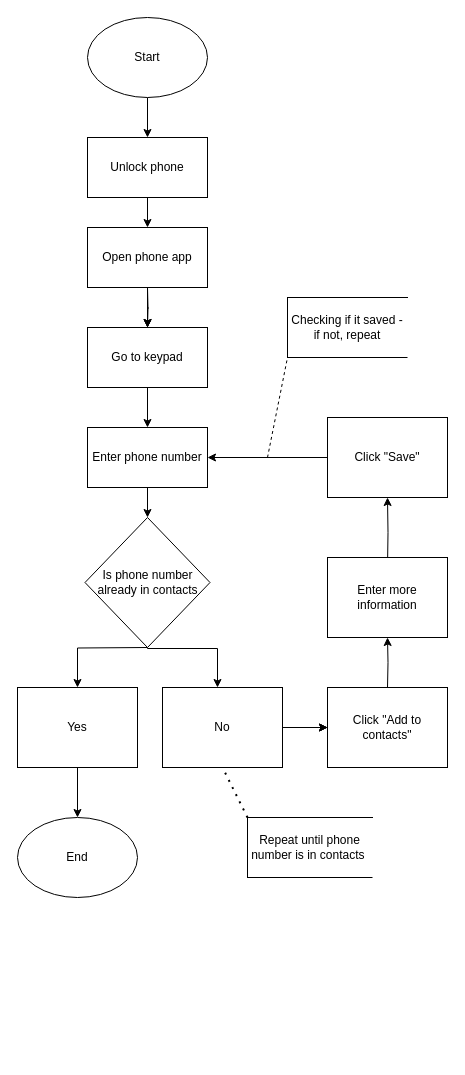
Before: 2.1 Flowchart.drawio in Captain-Shady-Air/Flowcharts, a draw.io diagram. Source tidied: cells renumbered, new cells numbered last; positions are measured from the earlier drawing's top-left corner, leaving out a move shared by most shapes. Both pictures are drawn from the tidied source at 100%, with x=0, y=0 at pixel (17, 17).
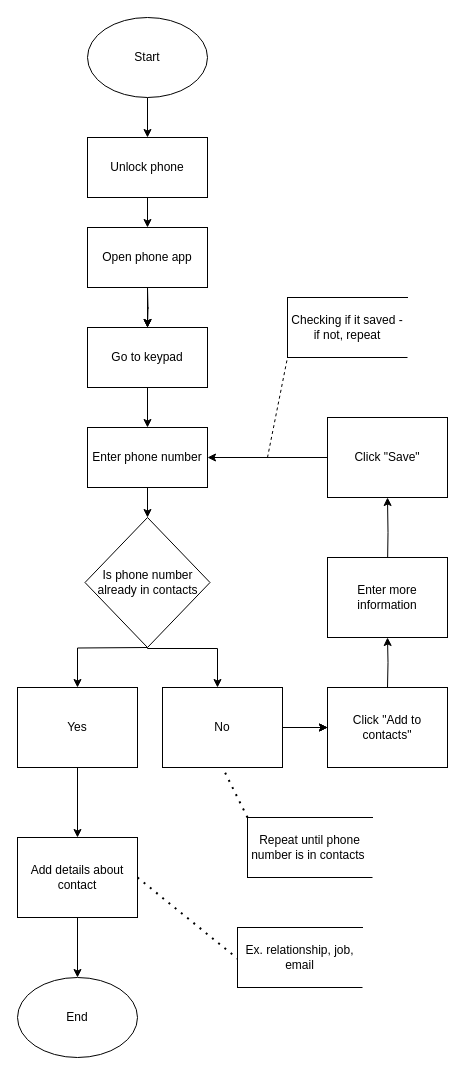
The same page after the edit.

Unchanged cells that the change refers to:
```xml
<mxCell id="8" value="Yes" style="whiteSpace=wrap;html=1;rounded=0;" parent="1" vertex="1">
  <mxGeometry y="670" width="120" height="80" as="geometry" />
</mxCell>
```

Diff of the diagram source:
```diff
@@
-    <mxCell id="7" style="edgeStyle=orthogonalEdgeStyle;rounded=0;jettySize=auto;html=1;entryX=0.5;entryY=0;entryDx=0;entryDy=0;" parent="1" edge="1" source="8" target="30">
-      <mxGeometry relative="1" as="geometry" />
-    </mxCell>
+    <mxCell id="37" style="edgeStyle=orthogonalEdgeStyle;rounded=0;jettySize=auto;html=1;" parent="1" edge="1" source="8" target="39">
+      <mxGeometry relative="1" as="geometry" />
+    </mxCell>
@@
     <mxCell id="30" value="End" style="ellipse;whiteSpace=wrap;html=1;" parent="1" vertex="1">
-      <mxGeometry y="800" width="120" height="80" as="geometry" />
+      <mxGeometry y="960" width="120" height="80" as="geometry" />
     </mxCell>
@@
+    <mxCell id="38" style="edgeStyle=orthogonalEdgeStyle;rounded=0;jettySize=auto;html=1;" parent="1" edge="1" source="39" target="30">
+      <mxGeometry relative="1" as="geometry" />
+    </mxCell>
+    <mxCell id="39" value="Add details about contact" style="whiteSpace=wrap;html=1;rounded=0;" parent="1" vertex="1">
+      <mxGeometry y="820" width="120" height="80" as="geometry" />
+    </mxCell>
+    <mxCell id="40" style="endArrow=none;dashed=1;html=1;dashPattern=1 3;strokeWidth=2;rounded=0;exitX=1;exitY=0.5;exitDx=0;exitDy=0;" parent="1" edge="1" source="39">
+      <mxGeometry relative="1" as="geometry">
+        <mxPoint x="220" y="941.1" as="targetPoint" />
+      </mxGeometry>
+    </mxCell>
+    <mxCell id="41" value="Ex. relationship, job, email" style="shape=partialRectangle;whiteSpace=wrap;html=1;bottom=0;right=0;fillColor=none;" parent="1" vertex="1">
+      <mxGeometry x="220" y="910" width="125" height="60" as="geometry" />
+    </mxCell>
+    <mxCell id="42" style="endArrow=none;html=1;rounded=0;exitX=0;exitY=1;exitDx=0;exitDy=0;entryX=1;entryY=1;entryDx=0;entryDy=0;" parent="1" edge="1" source="41" target="41">
+      <mxGeometry relative="1" as="geometry" />
+    </mxCell>
```
